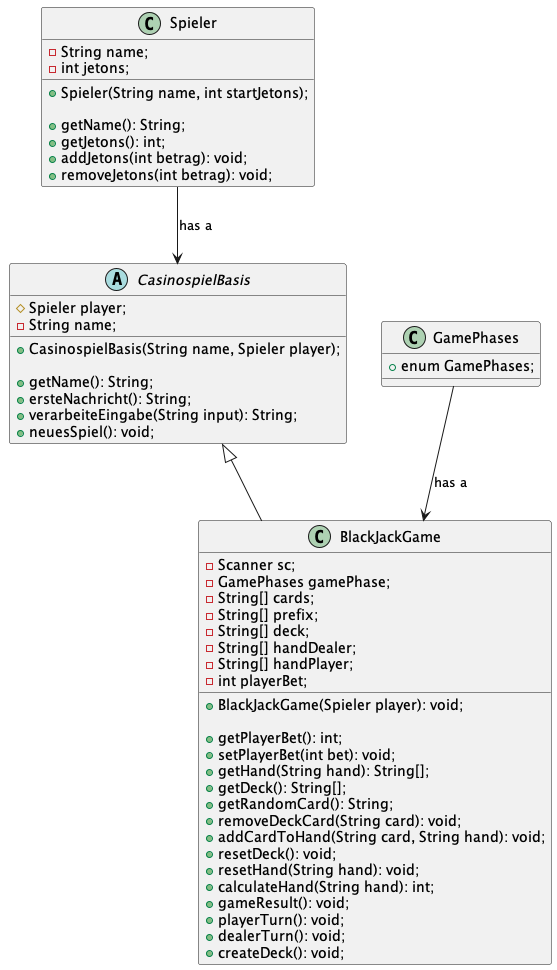
This is out/UML-Diagramm/UML/BlackJack.png from Henrik-basecom/casino-black-jack, a PlantUML export, as it was before one commit.
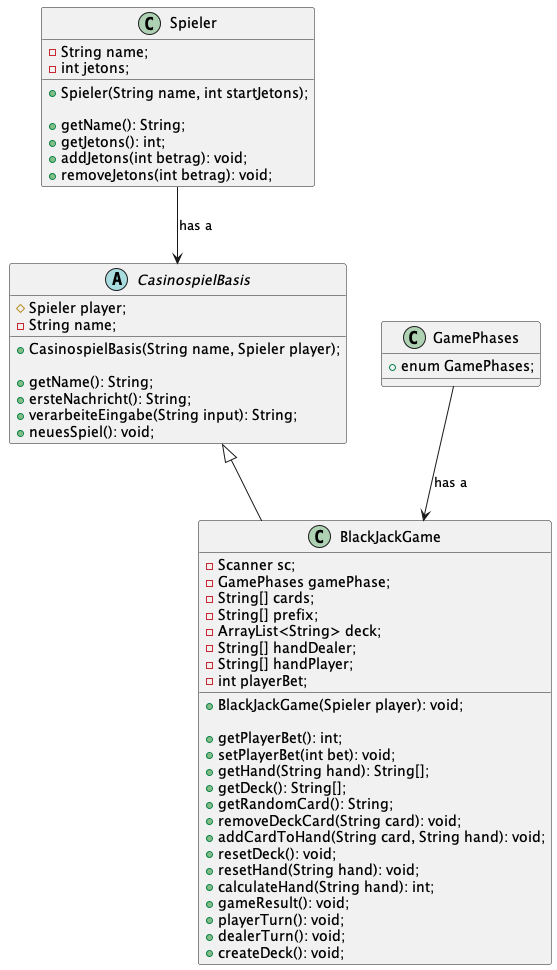
After the commit.

Commit message:
[henrik] updated uml diagram

What changed in the source:
```diff
@@ -29,7 +29,7 @@
     - GamePhases gamePhase;
     - String[] cards;
     - String[] prefix;
-    - String[] deck;
+    - ArrayList<String> deck;
     - String[] handDealer;
     - String[] handPlayer;
     - int playerBet;
```
